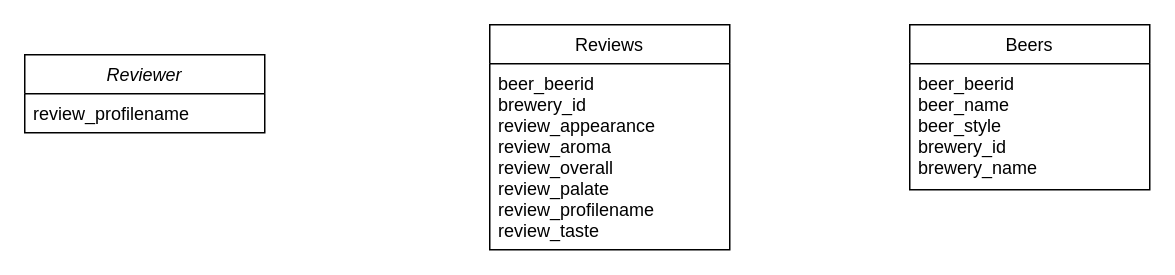
This is Untitled Diagram.drawio from clementmariebrisson/neo4j-recommandation-engine, a draw.io file, before an edit. Source tidied: cells renumbered, new cells numbered last; positions are measured from the earlier drawing's top-left corner, leaving out a move shared by most shapes. Both pictures are drawn from the tidied source at 150%, with x=0, y=0 at pixel (24, 24).
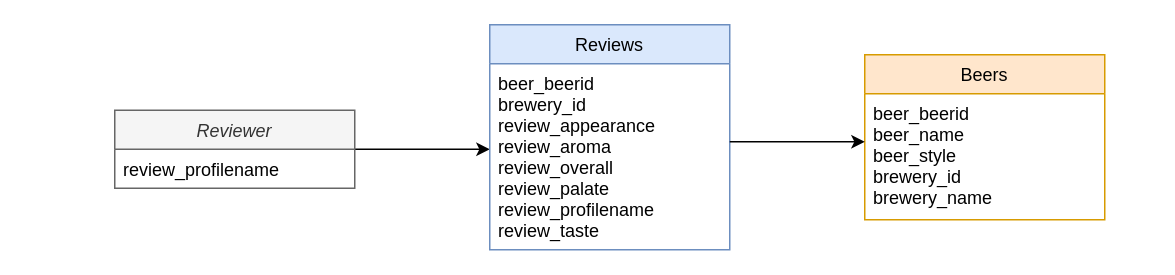
The same diagram, later.

What changed in the source:
```diff
@@
 <mxGraphModel>
   <root>
     <mxCell id="0" />
     <mxCell id="1" parent="0" />
+    <mxCell id="8" style="edgeStyle=orthogonalEdgeStyle;rounded=0;jettySize=auto;html=1;" parent="1" edge="1" source="2" target="5">
+      <mxGeometry relative="1" as="geometry" />
+    </mxCell>
-    <mxCell id="2" value="Reviewer" style="swimlane;fontStyle=2;align=center;verticalAlign=top;horizontal=1;startSize=26;rounded=0;shadow=0;strokeWidth=1;" parent="1" vertex="1">
-      <mxGeometry y="20" width="160" height="52" as="geometry" />
+    <mxCell id="2" value="Reviewer" style="swimlane;fontStyle=2;align=center;verticalAlign=top;horizontal=1;startSize=26;rounded=0;shadow=0;strokeWidth=1;fillColor=#f5f5f5;fontColor=#333333;strokeColor=#666666;" parent="1" vertex="1">
+      <mxGeometry x="60" y="57" width="160" height="52" as="geometry" />
     </mxCell>
     <mxCell id="3" value="review_profilename" style="text;align=left;verticalAlign=top;spacingLeft=4;spacingRight=4;overflow=hidden;" parent="2" vertex="1">
       <mxGeometry y="26" width="160" height="26" as="geometry" />
     </mxCell>
-    <mxCell id="4" value="Reviews" style="swimlane;fontStyle=0;align=center;verticalAlign=top;horizontal=1;startSize=26;rounded=0;shadow=0;strokeWidth=1;" parent="1" vertex="1">
+    <mxCell id="4" value="Reviews" style="swimlane;fontStyle=0;align=center;verticalAlign=top;horizontal=1;startSize=26;rounded=0;shadow=0;strokeWidth=1;fillColor=#dae8fc;strokeColor=#6c8ebf;" parent="1" vertex="1">
       <mxGeometry x="310" width="160" height="150" as="geometry" />
     </mxCell>
     <mxCell id="5" value="beer_beerid&#10;brewery_id&#10;review_appearance&#10;review_aroma&#10;review_overall&#10;review_palate&#10;review_profilename&#10;review_taste" style="text;align=left;verticalAlign=top;spacingLeft=4;spacingRight=4;overflow=hidden;points=[[0,0.5],[1,0.5]];portConstraint=eastwest;" parent="4" vertex="1">
       <mxGeometry y="26" width="160" height="114" as="geometry" />
     </mxCell>
-    <mxCell id="6" value="Beers" style="swimlane;fontStyle=0;align=center;verticalAlign=top;horizontal=1;startSize=26;rounded=0;shadow=0;strokeWidth=1;" parent="1" vertex="1">
-      <mxGeometry x="590" width="160" height="110" as="geometry" />
+    <mxCell id="6" value="Beers" style="swimlane;fontStyle=0;align=center;verticalAlign=top;horizontal=1;startSize=26;rounded=0;shadow=0;strokeWidth=1;fillColor=#ffe6cc;strokeColor=#d79b00;" parent="1" vertex="1">
+      <mxGeometry x="560" y="20" width="160" height="110" as="geometry" />
     </mxCell>
     <mxCell id="7" value="beer_beerid&#10;beer_name&#10;beer_style&#10;brewery_id&#10;brewery_name" style="text;align=left;verticalAlign=top;spacingLeft=4;spacingRight=4;overflow=hidden;points=[[0,0.5],[1,0.5]];portConstraint=eastwest;" parent="6" vertex="1">
       <mxGeometry y="26" width="160" height="84" as="geometry" />
     </mxCell>
+    <mxCell id="9" style="edgeStyle=orthogonalEdgeStyle;rounded=0;jettySize=auto;html=1;" parent="1" edge="1" source="5" target="7">
+      <mxGeometry relative="1" as="geometry">
+        <Array as="points">
+          <mxPoint x="520" y="78" />
+          <mxPoint x="520" y="78" />
+        </Array>
+      </mxGeometry>
+    </mxCell>
   </root>
 </mxGraphModel>
```
